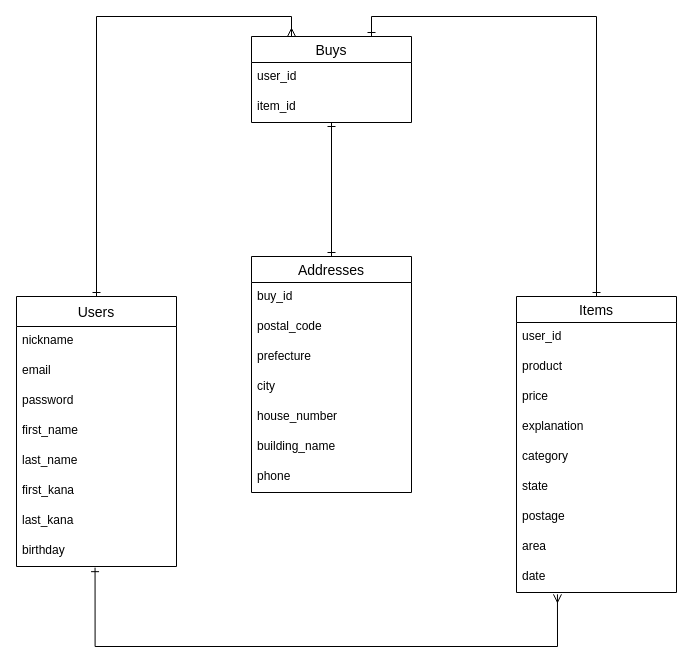
shotakawasaki0806/furima-33505 keeps this draw.io diagram as furima.dio. Above is the earlier version. Source tidied: cells renumbered, new cells numbered last; positions are measured from the earlier drawing's top-left corner, leaving out a move shared by most shapes. Both pictures are drawn from the tidied source at 100%, with x=0, y=0 at pixel (16, 36).
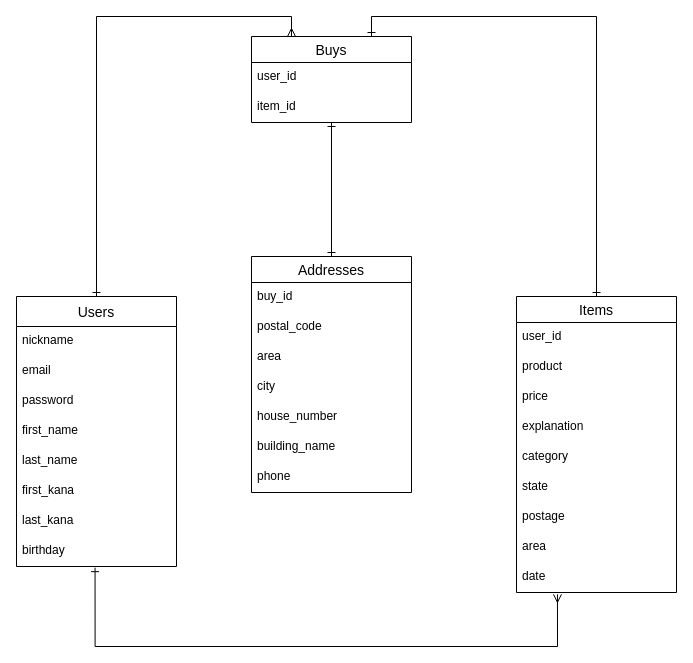
Above is the later version.

Commit message:
ER図修正（２回目）

Unchanged cells that the change refers to:
```xml
<mxCell id="28" value="Addresses" style="swimlane;fontStyle=0;horizontal=1;startSize=26;align=center;fontSize=14;" parent="1" vertex="1">
  <mxGeometry x="235" y="220" width="160" height="236" as="geometry" />
</mxCell>
```

Diff of the diagram source:
```diff
@@
-    <mxCell id="31" value="prefecture" style="text;strokeColor=none;fillColor=none;spacingLeft=4;spacingRight=4;overflow=hidden;fontSize=12;" parent="28" vertex="1">
+    <mxCell id="31" value="area" style="text;strokeColor=none;fillColor=none;spacingLeft=4;spacingRight=4;overflow=hidden;fontSize=12;" parent="28" vertex="1">
       <mxGeometry y="86" width="160" height="30" as="geometry" />
     </mxCell>
```
